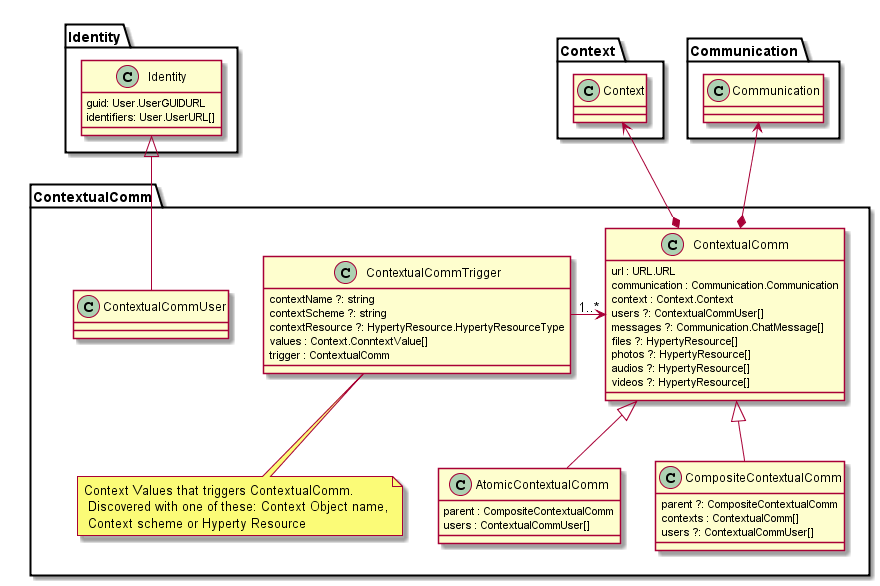
Above: docs/contextual-communication-design.png in reTHINK-project/dev-smart-contextual-assistance-app (PlantUML), before the change.
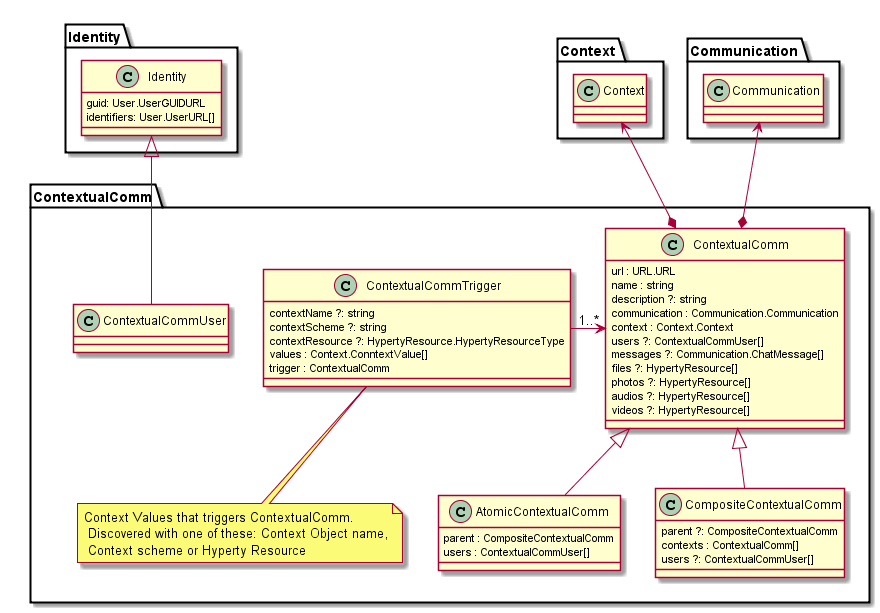
Above is the later version.

The edit, as a diff of the source:
```diff
@@ -4,6 +4,8 @@
 
 	class ContextualComm {
 	url : URL.URL
+	name : string
+	description ?: string
 	communication : Communication.Communication
 	context : Context.Context
 	users ?: ContextualCommUser[]
@@ -46,7 +48,7 @@
 	 identifiers: User.UserURL[]
 	}
 
- ContextualComm <-right- "1..*" ContextualCommTrigger
+ ContextualComm <---right-"1..*" ContextualCommTrigger
 
 	ContextualComm *-up-> Context.Context
 
```
